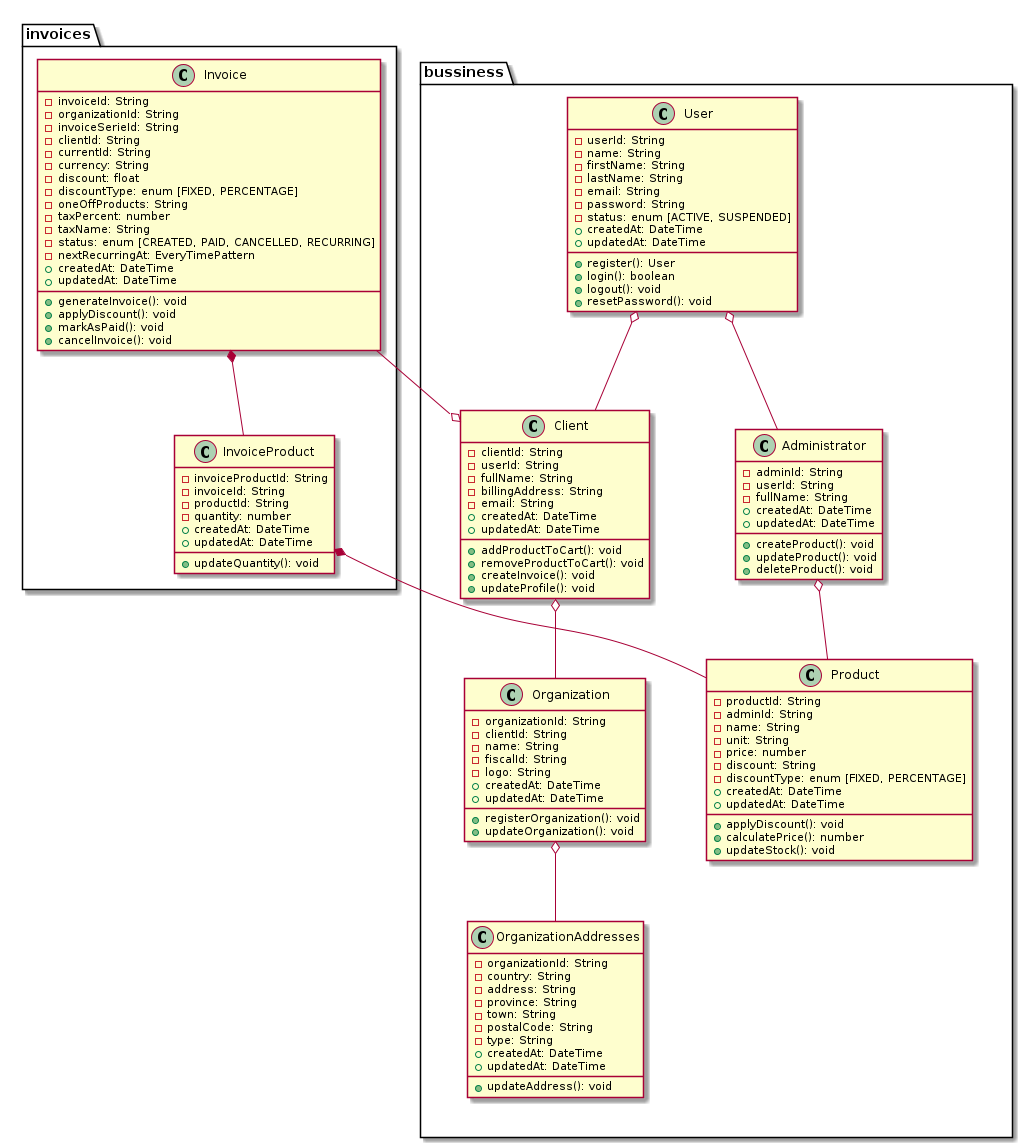
Above: docs/class-diagram.png in DanielGonzlez/TFG (PlantUML), before the change.
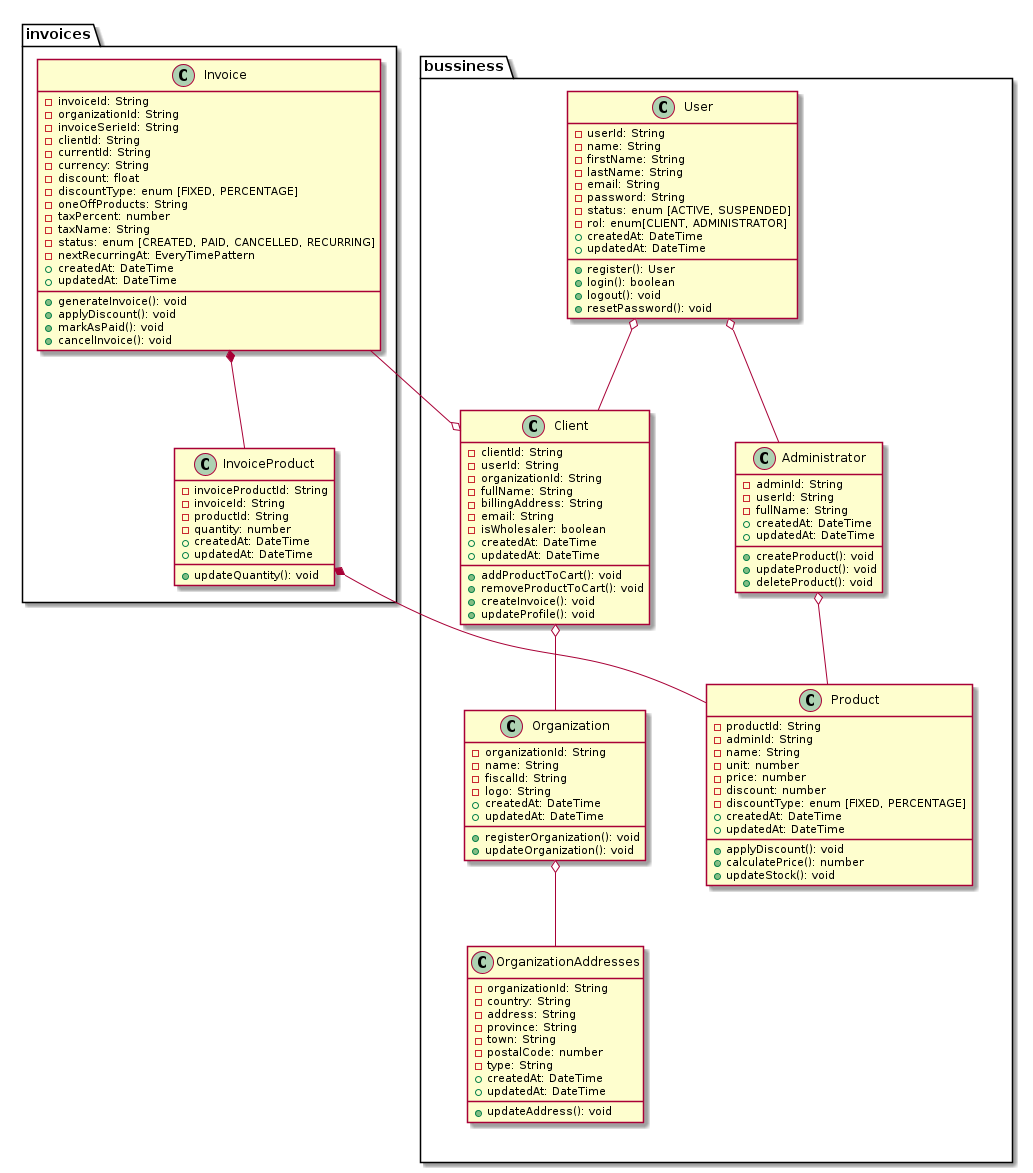
The same diagram one commit later.

Change to the diagram source:
```diff
@@ -23,9 +23,9 @@
             - productId: String
             - adminId: String
             - name: String
-            - unit: String
+            - unit: number
             - price: number
-            - discount: String
+            - discount: number
             - discountType: enum [FIXED, PERCENTAGE]
             + createdAt: DateTime
             + updatedAt: DateTime
@@ -43,6 +43,7 @@
         - email: String
         - password: String
         - status: enum [ACTIVE, SUSPENDED]
+        - rol: enum[CLIENT, ADMINISTRATOR]
         + createdAt: DateTime
         + updatedAt: DateTime
         + register(): User
@@ -57,7 +58,7 @@
             - address: String
             - province: String
             - town: String
-            - postalCode: String
+            - postalCode: number
             - type: String
             + createdAt: DateTime
             + updatedAt: DateTime
@@ -66,7 +67,6 @@
 
         class Organization {
             - organizationId: String
-            - clientId: String
             - name: String
             - fiscalId: String
             - logo: String
@@ -79,9 +79,11 @@
         class Client {
             - clientId: String
             - userId: String
+            - organizationId: String
             - fullName: String
             - billingAddress: String
             - email: String
+            - isWholesaler: boolean
             + createdAt: DateTime
             + updatedAt: DateTime
             + addProductToCart(): void
```
